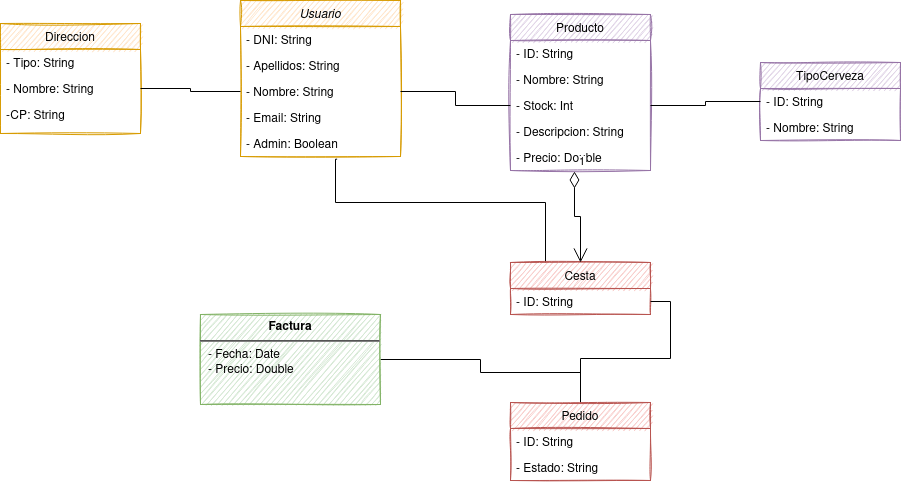
This is _documentacion/DiagramaClases.png from JosueGarciaAsensi/DSS, a draw.io export, as it was before one commit. Source tidied: cells renumbered, new cells last; positions are measured from the earlier drawing's top-left corner, leaving out a move shared by most shapes.
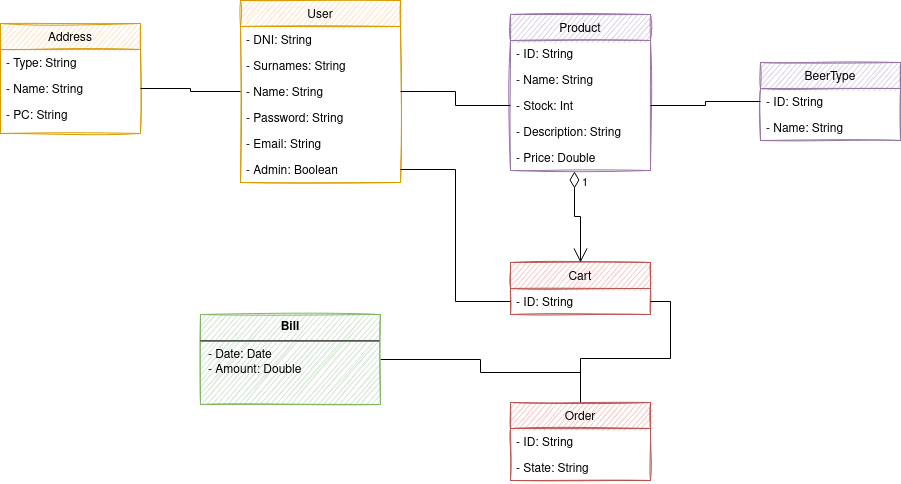
Above is the later version.

Commit message:
Diagrama traducido a inglés

What changed in the source:
```diff
@@ -2,83 +2,77 @@
   <root>
     <mxCell id="0" />
     <mxCell id="1" parent="0" />
-    <mxCell id="2" value="Usuario" style="swimlane;fontStyle=2;align=center;verticalAlign=top;horizontal=1;startSize=26;rounded=0;shadow=0;strokeWidth=1;fillColor=#ffe6cc;strokeColor=#d79b00;sketch=1;" parent="1" vertex="1">
-      <mxGeometry x="240" width="160" height="156" as="geometry" />
+    <mxCell id="2" value="User" style="swimlane;fontStyle=0;align=center;verticalAlign=top;horizontal=1;startSize=26;rounded=0;shadow=0;strokeWidth=1;fillColor=#ffe6cc;strokeColor=#d79b00;sketch=1;" parent="1" vertex="1">
+      <mxGeometry x="240" width="160" height="182" as="geometry" />
     </mxCell>
     <mxCell id="3" value="- DNI: String" style="text;align=left;verticalAlign=top;spacingLeft=4;spacingRight=4;overflow=hidden;" parent="2" vertex="1">
       <mxGeometry y="26" width="160" height="26" as="geometry" />
     </mxCell>
-    <mxCell id="4" value="- Apellidos: String" style="text;align=left;verticalAlign=top;spacingLeft=4;spacingRight=4;overflow=hidden;rounded=0;shadow=0;html=0;" parent="2" vertex="1">
+    <mxCell id="4" value="- Surnames: String" style="text;align=left;verticalAlign=top;spacingLeft=4;spacingRight=4;overflow=hidden;rounded=0;shadow=0;html=0;" parent="2" vertex="1">
       <mxGeometry y="52" width="160" height="26" as="geometry" />
     </mxCell>
-    <mxCell id="5" value="- Nombre: String" style="text;align=left;verticalAlign=top;spacingLeft=4;spacingRight=4;overflow=hidden;points=[[0,0.5],[1,0.5]];portConstraint=eastwest;rounded=0;shadow=0;html=0;" parent="2" vertex="1">
+    <mxCell id="5" value="- Name: String" style="text;align=left;verticalAlign=top;spacingLeft=4;spacingRight=4;overflow=hidden;points=[[0,0.5],[1,0.5]];portConstraint=eastwest;rounded=0;shadow=0;html=0;" parent="2" vertex="1">
       <mxGeometry y="78" width="160" height="26" as="geometry" />
     </mxCell>
+    <mxCell id="34" value="- Password: String" style="text;align=left;verticalAlign=top;spacingLeft=4;spacingRight=4;overflow=hidden;rounded=0;shadow=0;html=0;" parent="2" vertex="1">
+      <mxGeometry y="104" width="160" height="26" as="geometry" />
+    </mxCell>
     <mxCell id="6" value="- Email: String" style="text;align=left;verticalAlign=top;spacingLeft=4;spacingRight=4;overflow=hidden;rounded=0;shadow=0;html=0;" parent="2" vertex="1">
-      <mxGeometry y="104" width="160" height="26" as="geometry" />
+      <mxGeometry y="130" width="160" height="26" as="geometry" />
     </mxCell>
     <mxCell id="7" value="- Admin: Boolean" style="text;align=left;verticalAlign=top;spacingLeft=4;spacingRight=4;overflow=hidden;points=[[0,0.5],[1,0.5]];portConstraint=eastwest;rounded=0;shadow=0;html=0;" parent="2" vertex="1">
-      <mxGeometry y="130" width="160" height="26" as="geometry" />
+      <mxGeometry y="156" width="160" height="26" as="geometry" />
     </mxCell>
-    <mxCell id="8" value="Direccion" style="swimlane;fontStyle=0;horizontal=1;startSize=26;fillColor=#ffe6cc;strokeColor=#d79b00;sketch=1;" parent="1" vertex="1">
+    <mxCell id="8" value="Address" style="swimlane;fontStyle=0;horizontal=1;startSize=26;fillColor=#ffe6cc;strokeColor=#d79b00;sketch=1;" parent="1" vertex="1">
       <mxGeometry y="23" width="140" height="110" as="geometry" />
     </mxCell>
-    <mxCell id="9" value="- Tipo: String" style="text;strokeColor=none;fillColor=none;align=left;verticalAlign=top;spacingLeft=4;spacingRight=4;overflow=hidden;" parent="8" vertex="1">
+    <mxCell id="9" value="- Type: String" style="text;strokeColor=none;fillColor=none;align=left;verticalAlign=top;spacingLeft=4;spacingRight=4;overflow=hidden;" parent="8" vertex="1">
       <mxGeometry y="26" width="140" height="26" as="geometry" />
     </mxCell>
-    <mxCell id="10" value="- Nombre: String" style="text;strokeColor=none;fillColor=none;align=left;verticalAlign=top;spacingLeft=4;spacingRight=4;overflow=hidden;points=[[0,0.5],[1,0.5]];portConstraint=eastwest;" parent="8" vertex="1">
+    <mxCell id="10" value="- Name: String" style="text;strokeColor=none;fillColor=none;align=left;verticalAlign=top;spacingLeft=4;spacingRight=4;overflow=hidden;points=[[0,0.5],[1,0.5]];portConstraint=eastwest;" parent="8" vertex="1">
       <mxGeometry y="52" width="140" height="26" as="geometry" />
     </mxCell>
-    <mxCell id="11" value="-CP: String" style="text;strokeColor=none;fillColor=none;align=left;verticalAlign=top;spacingLeft=4;spacingRight=4;overflow=hidden;" parent="8" vertex="1">
+    <mxCell id="11" value="- PC: String" style="text;strokeColor=none;fillColor=none;align=left;verticalAlign=top;spacingLeft=4;spacingRight=4;overflow=hidden;" parent="8" vertex="1">
       <mxGeometry y="78" width="140" height="32" as="geometry" />
     </mxCell>
-    <mxCell id="12" value="Producto" style="swimlane;fontStyle=0;horizontal=1;startSize=26;fillColor=#e1d5e7;strokeColor=#9673a6;sketch=1;" parent="1" vertex="1">
+    <mxCell id="12" value="Product" style="swimlane;fontStyle=0;horizontal=1;startSize=26;fillColor=#e1d5e7;strokeColor=#9673a6;sketch=1;" parent="1" vertex="1">
       <mxGeometry x="510" y="14" width="140" height="156" as="geometry" />
     </mxCell>
     <mxCell id="13" value="- ID: String" style="text;strokeColor=none;fillColor=none;align=left;verticalAlign=top;spacingLeft=4;spacingRight=4;overflow=hidden;" parent="12" vertex="1">
       <mxGeometry y="26" width="140" height="26" as="geometry" />
     </mxCell>
-    <mxCell id="14" value="- Nombre: String" style="text;strokeColor=none;fillColor=none;align=left;verticalAlign=top;spacingLeft=4;spacingRight=4;overflow=hidden;" parent="12" vertex="1">
+    <mxCell id="14" value="- Name: String" style="text;strokeColor=none;fillColor=none;align=left;verticalAlign=top;spacingLeft=4;spacingRight=4;overflow=hidden;" parent="12" vertex="1">
       <mxGeometry y="52" width="140" height="26" as="geometry" />
     </mxCell>
     <mxCell id="15" value="- Stock: Int" style="text;strokeColor=none;fillColor=none;align=left;verticalAlign=top;spacingLeft=4;spacingRight=4;overflow=hidden;points=[[0,0.5],[1,0.5]];portConstraint=eastwest;" parent="12" vertex="1">
       <mxGeometry y="78" width="140" height="26" as="geometry" />
     </mxCell>
-    <mxCell id="16" value="- Descripcion: String" style="text;strokeColor=none;fillColor=none;align=left;verticalAlign=top;spacingLeft=4;spacingRight=4;overflow=hidden;" parent="12" vertex="1">
+    <mxCell id="16" value="- Description: String" style="text;strokeColor=none;fillColor=none;align=left;verticalAlign=top;spacingLeft=4;spacingRight=4;overflow=hidden;" parent="12" vertex="1">
       <mxGeometry y="104" width="140" height="26" as="geometry" />
     </mxCell>
-    <mxCell id="17" value="- Precio: Double" style="text;strokeColor=none;fillColor=none;align=left;verticalAlign=top;spacingLeft=4;spacingRight=4;overflow=hidden;points=[[0,0.5],[1,0.5]];portConstraint=eastwest;" parent="12" vertex="1">
+    <mxCell id="17" value="- Price: Double" style="text;strokeColor=none;fillColor=none;align=left;verticalAlign=top;spacingLeft=4;spacingRight=4;overflow=hidden;points=[[0,0.5],[1,0.5]];portConstraint=eastwest;" parent="12" vertex="1">
       <mxGeometry y="130" width="140" height="26" as="geometry" />
     </mxCell>
-    <mxCell id="18" style="edgeStyle=orthogonalEdgeStyle;rounded=0;jettySize=auto;html=1;entryX=0.25;entryY=0;entryDx=0;entryDy=0;endArrow=none;endFill=0;exitX=0.604;exitY=1.103;exitDx=0;exitDy=0;exitPerimeter=0;" parent="1" edge="1" source="7" target="23">
-      <mxGeometry relative="1" as="geometry">
-        <Array as="points">
-          <mxPoint x="335" y="159" />
-          <mxPoint x="335" y="202" />
-          <mxPoint x="545" y="202" />
-        </Array>
-      </mxGeometry>
-    </mxCell>
-    <mxCell id="19" value="TipoCerveza" style="swimlane;fontStyle=0;horizontal=1;startSize=26;fillColor=#e1d5e7;strokeColor=#9673a6;sketch=1;" parent="1" vertex="1">
+    <mxCell id="19" value="BeerType" style="swimlane;fontStyle=0;horizontal=1;startSize=26;fillColor=#e1d5e7;strokeColor=#9673a6;sketch=1;" parent="1" vertex="1">
       <mxGeometry x="760" y="62" width="140" height="78" as="geometry" />
     </mxCell>
     <mxCell id="20" value="- ID: String" style="text;strokeColor=none;fillColor=none;align=left;verticalAlign=top;spacingLeft=4;spacingRight=4;overflow=hidden;points=[[0,0.5],[1,0.5]];portConstraint=eastwest;" parent="19" vertex="1">
       <mxGeometry y="26" width="140" height="26" as="geometry" />
     </mxCell>
-    <mxCell id="21" value="- Nombre: String" style="text;strokeColor=none;fillColor=none;align=left;verticalAlign=top;spacingLeft=4;spacingRight=4;overflow=hidden;" parent="19" vertex="1">
+    <mxCell id="21" value="- Name: String" style="text;strokeColor=none;fillColor=none;align=left;verticalAlign=top;spacingLeft=4;spacingRight=4;overflow=hidden;" parent="19" vertex="1">
       <mxGeometry y="52" width="140" height="26" as="geometry" />
     </mxCell>
     <mxCell id="22" style="edgeStyle=orthogonalEdgeStyle;rounded=0;jettySize=auto;html=1;exitX=0;exitY=0.5;exitDx=0;exitDy=0;entryX=1;entryY=0.5;entryDx=0;entryDy=0;endArrow=none;endFill=0;" parent="1" edge="1" source="20" target="15">
       <mxGeometry relative="1" as="geometry" />
     </mxCell>
-    <mxCell id="23" value="Cesta" style="swimlane;fontStyle=0;horizontal=1;startSize=26;fillColor=#f8cecc;strokeColor=#b85450;sketch=1;" parent="1" vertex="1">
+    <mxCell id="23" value="Cart" style="swimlane;fontStyle=0;horizontal=1;startSize=26;fillColor=#f8cecc;strokeColor=#b85450;sketch=1;" parent="1" vertex="1">
       <mxGeometry x="510" y="262" width="140" height="52" as="geometry" />
     </mxCell>
     <mxCell id="24" value="- ID: String" style="text;strokeColor=none;fillColor=none;align=left;verticalAlign=top;spacingLeft=4;spacingRight=4;overflow=hidden;points=[[0,0.5],[1,0.5]];portConstraint=eastwest;" parent="23" vertex="1">
       <mxGeometry y="26" width="140" height="26" as="geometry" />
     </mxCell>
     <mxCell id="25" value="1" style="endArrow=open;html=1;endSize=12;startArrow=diamondThin;startSize=14;startFill=0;edgeStyle=orthogonalEdgeStyle;align=left;verticalAlign=bottom;rounded=0;exitX=0.457;exitY=1.038;exitDx=0;exitDy=0;exitPerimeter=0;entryX=0.5;entryY=0;entryDx=0;entryDy=0;" parent="1" edge="1" source="17" target="23">
-      <mxGeometry x="-1" y="3" relative="1" as="geometry">
+      <mxGeometry x="-0.57" y="6" relative="1" as="geometry">
         <Array as="points">
           <mxPoint x="574" y="216" />
           <mxPoint x="580" y="216" />
@@ -90,19 +84,19 @@
         <mxPoint x="580" y="372" as="targetPoint" />
       </mxGeometry>
     </mxCell>
-    <mxCell id="27" value="&lt;p style=&quot;margin: 0px ; margin-top: 6px ; text-align: center&quot;&gt;&lt;b&gt;Factura&lt;/b&gt;&lt;/p&gt;&lt;hr&gt;&lt;p style=&quot;margin: 0px ; margin-left: 8px&quot;&gt;- Fecha: Date&lt;br&gt;- Precio: Double&lt;/p&gt;" style="align=left;overflow=fill;html=1;fillColor=#d5e8d4;strokeColor=#82b366;sketch=1;" parent="1" vertex="1">
+    <mxCell id="27" value="&lt;p style=&quot;margin: 0px ; margin-top: 6px ; text-align: center&quot;&gt;&lt;b&gt;Bill&lt;/b&gt;&lt;/p&gt;&lt;hr&gt;&lt;p style=&quot;margin: 0px ; margin-left: 8px&quot;&gt;- Date: Date&lt;br&gt;- Amount: Double&lt;/p&gt;" style="align=left;overflow=fill;html=1;fillColor=#d5e8d4;strokeColor=#82b366;sketch=1;" parent="1" vertex="1">
       <mxGeometry x="200" y="314" width="180" height="90" as="geometry" />
     </mxCell>
     <mxCell id="28" style="edgeStyle=orthogonalEdgeStyle;rounded=0;jettySize=auto;html=1;exitX=0.5;exitY=0;exitDx=0;exitDy=0;entryX=1;entryY=0.5;entryDx=0;entryDy=0;endArrow=none;endFill=0;" parent="1" edge="1" source="29" target="24">
       <mxGeometry relative="1" as="geometry" />
     </mxCell>
-    <mxCell id="29" value="Pedido" style="swimlane;fontStyle=0;horizontal=1;startSize=26;fillColor=#f8cecc;strokeColor=#b85450;sketch=1;" parent="1" vertex="1">
+    <mxCell id="29" value="Order" style="swimlane;fontStyle=0;horizontal=1;startSize=26;fillColor=#f8cecc;strokeColor=#b85450;sketch=1;" parent="1" vertex="1">
       <mxGeometry x="510" y="402" width="140" height="78" as="geometry" />
     </mxCell>
     <mxCell id="30" value="- ID: String" style="text;strokeColor=none;fillColor=none;align=left;verticalAlign=top;spacingLeft=4;spacingRight=4;overflow=hidden;" parent="29" vertex="1">
       <mxGeometry y="26" width="140" height="26" as="geometry" />
     </mxCell>
-    <mxCell id="31" value="- Estado: String" style="text;strokeColor=none;fillColor=none;align=left;verticalAlign=top;spacingLeft=4;spacingRight=4;overflow=hidden;" parent="29" vertex="1">
+    <mxCell id="31" value="- State: String" style="text;strokeColor=none;fillColor=none;align=left;verticalAlign=top;spacingLeft=4;spacingRight=4;overflow=hidden;" parent="29" vertex="1">
       <mxGeometry y="52" width="140" height="26" as="geometry" />
     </mxCell>
     <mxCell id="32" style="edgeStyle=orthogonalEdgeStyle;rounded=0;jettySize=auto;html=1;exitX=1;exitY=0.5;exitDx=0;exitDy=0;entryX=0;entryY=0.5;entryDx=0;entryDy=0;endArrow=none;endFill=0;" parent="1" edge="1" source="5" target="15">
@@ -111,5 +105,8 @@
     <mxCell id="33" style="edgeStyle=orthogonalEdgeStyle;rounded=0;jettySize=auto;html=1;exitX=1;exitY=0.5;exitDx=0;exitDy=0;entryX=0;entryY=0.5;entryDx=0;entryDy=0;endArrow=none;endFill=0;" parent="1" edge="1" source="10" target="5">
       <mxGeometry relative="1" as="geometry" />
     </mxCell>
+    <mxCell id="35" style="edgeStyle=orthogonalEdgeStyle;rounded=0;jettySize=auto;html=1;exitX=0;exitY=0.5;exitDx=0;exitDy=0;entryX=1;entryY=0.5;entryDx=0;entryDy=0;endArrow=none;endFill=0;" parent="1" edge="1" source="24" target="7">
+      <mxGeometry relative="1" as="geometry" />
+    </mxCell>
   </root>
 </mxGraphModel>
```
